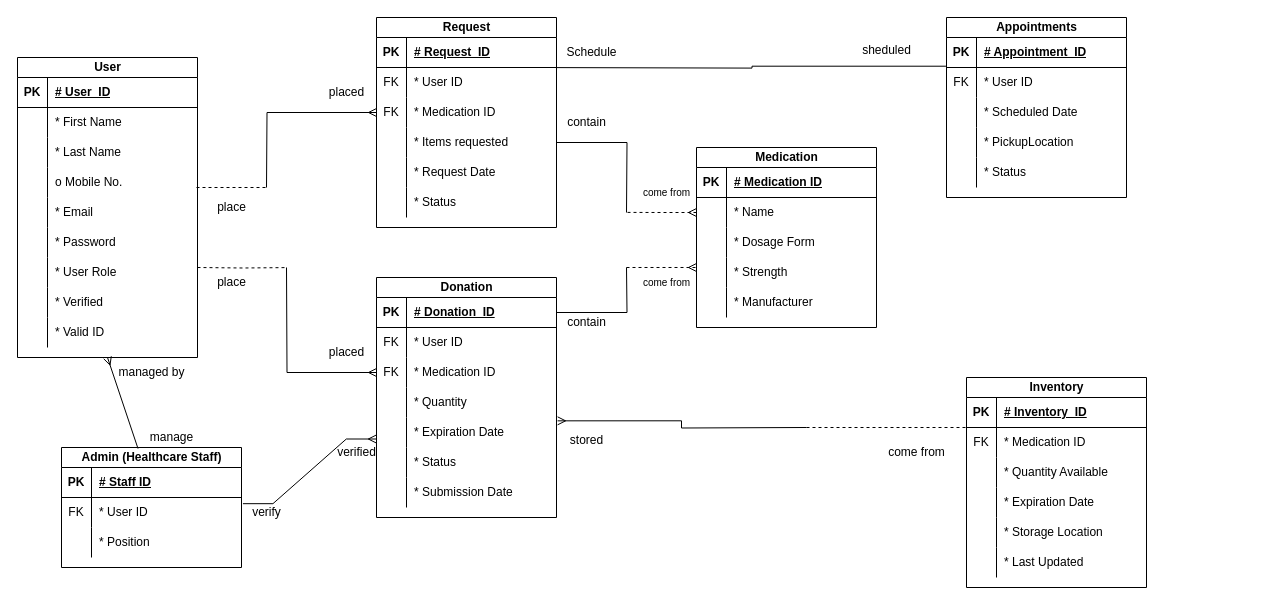
Above: Untitled Diagram.drawio in lucifron28/Information-Management (draw.io), before the change. Source tidied: cells renumbered, new cells numbered last; positions are measured from the earlier drawing's top-left corner, leaving out a move shared by most shapes. Both pictures are drawn from the tidied source at 100%, with x=0, y=0 at pixel (17, 17).
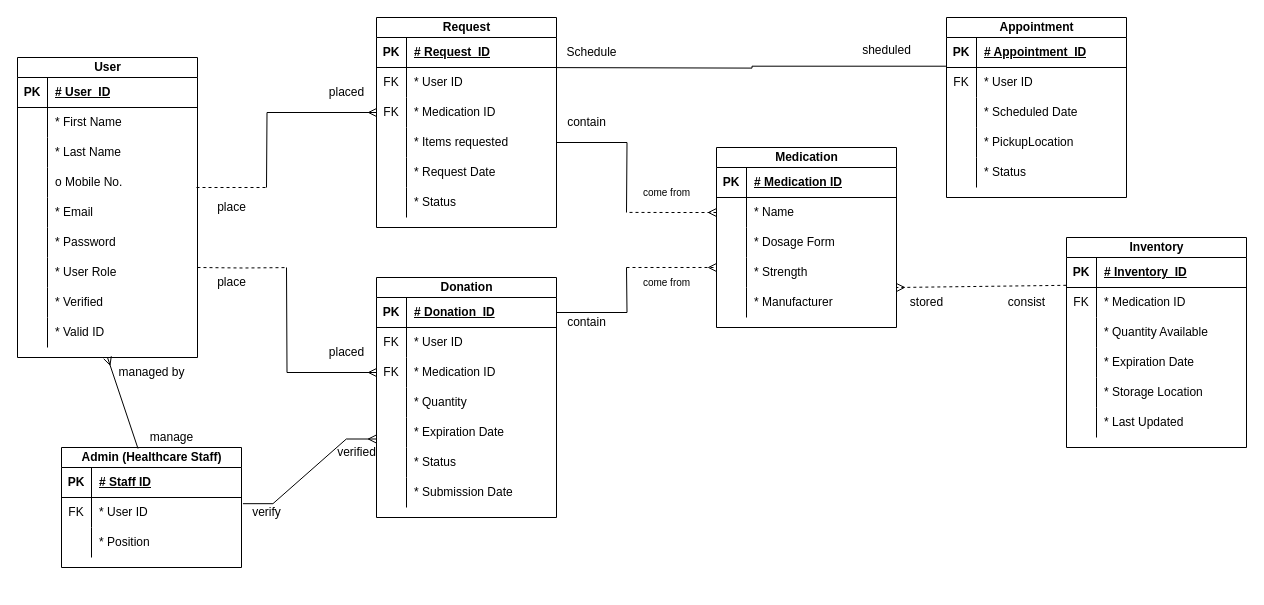
The same diagram, later.

Unchanged cells that the change refers to:
```xml
<mxCell id="59" style="shape=tableRow;horizontal=0;startSize=0;swimlaneHead=0;swimlaneBody=0;fillColor=none;points=[[0,0.5],[1,0.5]];portConstraint=eastwest;top=0;left=0;right=0;bottom=0;" parent="46" vertex="1">
  <mxGeometry y="140" width="180" height="30" as="geometry" />
</mxCell>
<mxCell id="72" style="shape=tableRow;horizontal=0;startSize=0;swimlaneHead=0;swimlaneBody=0;fillColor=none;points=[[0,0.5],[1,0.5]];portConstraint=eastwest;top=0;left=0;right=0;bottom=0;" parent="68" vertex="1">
  <mxGeometry y="50" width="180" height="30" as="geometry" />
</mxCell>
```

What changed in the source:
```diff
@@
     <mxCell id="30" value="Medication" style="shape=table;startSize=20;childLayout=tableLayout;rowLines=0;fontStyle=1;align=center;html=1;" parent="1" vertex="1">
-      <mxGeometry x="679" y="130" width="180" height="180" as="geometry" />
+      <mxGeometry x="699" y="130" width="180" height="180" as="geometry" />
     </mxCell>
@@
     <mxCell id="68" value="Inventory" style="shape=table;startSize=20;childLayout=tableLayout;rowLines=0;fontStyle=1;align=center;html=1;" parent="1" vertex="1">
-      <mxGeometry x="949" y="360" width="180" height="210" as="geometry" />
+      <mxGeometry x="1049" y="220" width="180" height="210" as="geometry" />
     </mxCell>
@@
-    <mxCell id="87" value="Appointments" style="shape=table;startSize=20;childLayout=tableLayout;rowLines=0;fontStyle=1;align=center;html=1;" parent="1" vertex="1">
+    <mxCell id="87" value="Appointment" style="shape=table;startSize=20;childLayout=tableLayout;rowLines=0;fontStyle=1;align=center;html=1;" parent="1" vertex="1">
       <mxGeometry x="929" width="180" height="180" as="geometry" />
     </mxCell>
@@
-    <mxCell id="137" value="stored" style="text;html=1;align=center;verticalAlign=middle;strokeColor=none;fillColor=none;" parent="1" vertex="1">
-      <mxGeometry x="539" y="408" width="60" height="30" as="geometry" />
-    </mxCell>
@@
-    <mxCell id="140" value="come from" style="text;html=1;align=center;verticalAlign=middle;strokeColor=none;fillColor=none;" parent="1" vertex="1">
-      <mxGeometry x="859" y="420" width="80" height="30" as="geometry" />
+    <mxCell id="140" value="consist" style="text;html=1;align=center;verticalAlign=middle;strokeColor=none;fillColor=none;" parent="1" vertex="1">
+      <mxGeometry x="979" y="270" width="60" height="30" as="geometry" />
     </mxCell>
@@
-    <mxCell id="143" style="endArrow=none;dashed=1;html=1;rounded=0;entryX=0;entryY=0;entryDx=0;entryDy=0;entryPerimeter=0;" parent="1" edge="1" target="72">
-      <mxGeometry relative="1" as="geometry">
-        <mxPoint x="789" y="410" as="sourcePoint" />
-      </mxGeometry>
-    </mxCell>
@@
-    <mxCell id="146" style="edgeStyle=orthogonalEdgeStyle;rounded=0;jettySize=auto;html=1;entryX=1.006;entryY=0.111;entryDx=0;entryDy=0;entryPerimeter=0;endArrow=ERmany;endFill=0;" parent="1" edge="1" target="59">
-      <mxGeometry relative="1" as="geometry">
-        <mxPoint x="789" y="410" as="sourcePoint" />
-      </mxGeometry>
-    </mxCell>
@@
+    <mxCell id="137" value="stored" style="text;html=1;align=center;verticalAlign=middle;strokeColor=none;fillColor=none;" parent="1" vertex="1">
+      <mxGeometry x="879" y="270" width="60" height="30" as="geometry" />
+    </mxCell>
+    <mxCell id="143" style="endArrow=ERmany;dashed=1;html=1;rounded=0;exitX=-0.001;exitY=-0.073;exitDx=0;exitDy=0;exitPerimeter=0;endFill=0;" parent="1" edge="1" source="72">
+      <mxGeometry relative="1" as="geometry">
+        <mxPoint x="879" y="270" as="targetPoint" />
+      </mxGeometry>
+    </mxCell>
```
